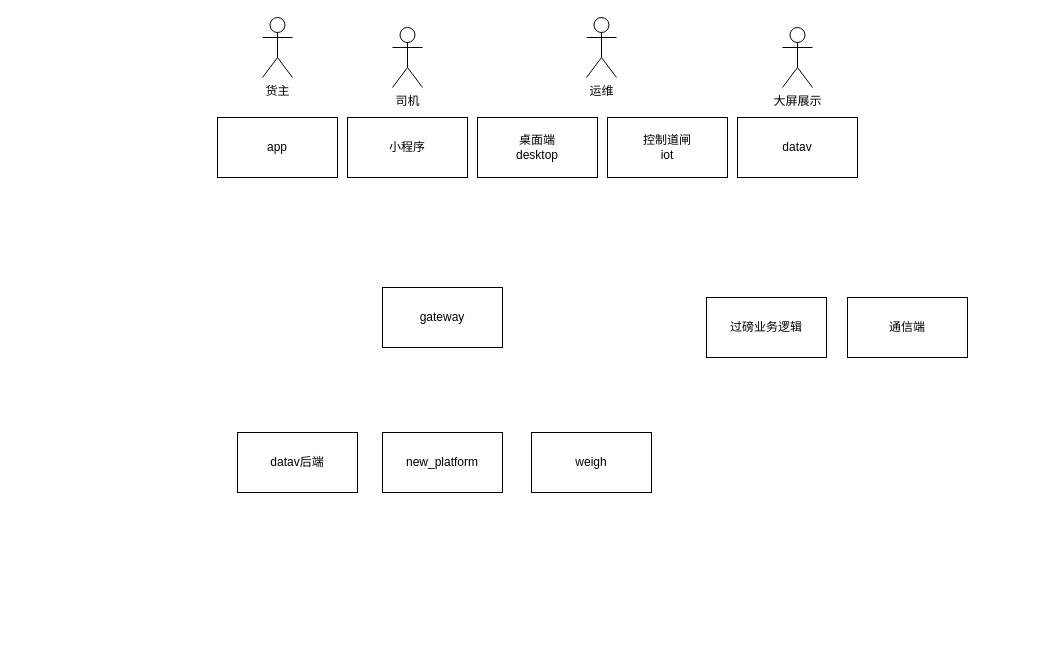
This is 互链站台网络拓扑.drawio from lipeng260/drawio, a draw.io file, before an edit. Source tidied: cells renumbered, new cells numbered last; positions are measured from the earlier drawing's top-left corner, leaving out a move shared by most shapes. Both pictures are drawn from the tidied source at 100%, with x=0, y=0 at pixel (217, 17).
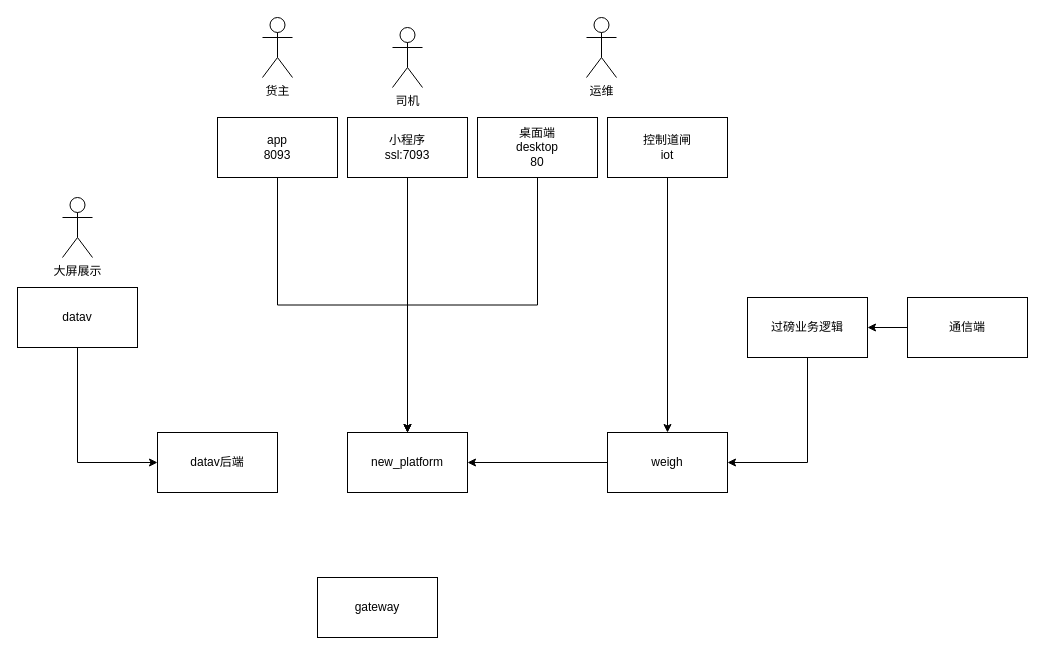
The same diagram, later.

Commit message (it also covers changes not shown here):
Update 互链站台网络拓扑.drawio

Unchanged cells that the change refers to:
```xml
<mxCell id="3" value="控制道闸&lt;br&gt;iot" style="rounded=0;whiteSpace=wrap;html=1;" parent="1" vertex="1">
  <mxGeometry x="390" y="100" width="120" height="60" as="geometry" />
</mxCell>
```

What changed in the source:
```diff
@@
+    <mxCell id="17" style="edgeStyle=orthogonalEdgeStyle;rounded=0;jettySize=auto;html=1;exitX=0.5;exitY=1;exitDx=0;exitDy=0;" parent="1" edge="1" source="2" target="13">
+      <mxGeometry relative="1" as="geometry" />
+    </mxCell>
-    <mxCell id="2" value="桌面端&lt;br&gt;desktop" style="rounded=0;whiteSpace=wrap;html=1;" parent="1" vertex="1">
+    <mxCell id="2" value="桌面端&lt;br&gt;desktop&lt;br&gt;80" style="rounded=0;whiteSpace=wrap;html=1;" parent="1" vertex="1">
       <mxGeometry x="260" y="100" width="120" height="60" as="geometry" />
     </mxCell>
+    <mxCell id="18" style="edgeStyle=orthogonalEdgeStyle;rounded=0;jettySize=auto;html=1;exitX=0.5;exitY=1;exitDx=0;exitDy=0;" parent="1" edge="1" source="3" target="12">
+      <mxGeometry relative="1" as="geometry" />
+    </mxCell>
@@
+    <mxCell id="19" style="edgeStyle=orthogonalEdgeStyle;rounded=0;jettySize=auto;html=1;exitX=0.5;exitY=1;exitDx=0;exitDy=0;entryX=1;entryY=0.5;entryDx=0;entryDy=0;" parent="1" edge="1" source="4" target="12">
+      <mxGeometry relative="1" as="geometry" />
+    </mxCell>
     <mxCell id="4" value="过磅业务逻辑" style="rounded=0;whiteSpace=wrap;html=1;" parent="1" vertex="1">
-      <mxGeometry x="489" y="280" width="120" height="60" as="geometry" />
+      <mxGeometry x="530" y="280" width="120" height="60" as="geometry" />
     </mxCell>
@@
+    <mxCell id="20" style="edgeStyle=orthogonalEdgeStyle;rounded=0;jettySize=auto;html=1;exitX=0.5;exitY=1;exitDx=0;exitDy=0;entryX=0.5;entryY=0;entryDx=0;entryDy=0;" parent="1" edge="1" source="6" target="13">
+      <mxGeometry relative="1" as="geometry" />
+    </mxCell>
-    <mxCell id="6" value="小程序" style="rounded=0;whiteSpace=wrap;html=1;" parent="1" vertex="1">
+    <mxCell id="6" value="小程序&lt;br&gt;ssl:7093" style="rounded=0;whiteSpace=wrap;html=1;" parent="1" vertex="1">
       <mxGeometry x="130" y="100" width="120" height="60" as="geometry" />
     </mxCell>
@@
     <mxCell id="8" value="gateway" style="rounded=0;whiteSpace=wrap;html=1;" parent="1" vertex="1">
-      <mxGeometry x="165" y="270" width="120" height="60" as="geometry" />
+      <mxGeometry x="100" y="560" width="120" height="60" as="geometry" />
     </mxCell>
+    <mxCell id="21" style="edgeStyle=orthogonalEdgeStyle;rounded=0;jettySize=auto;html=1;exitX=0.5;exitY=1;exitDx=0;exitDy=0;entryX=0.5;entryY=0;entryDx=0;entryDy=0;" parent="1" edge="1" source="9" target="13">
+      <mxGeometry relative="1" as="geometry" />
+    </mxCell>
-    <mxCell id="9" value="app" style="rounded=0;whiteSpace=wrap;html=1;" parent="1" vertex="1">
+    <mxCell id="9" value="app&lt;br&gt;8093" style="rounded=0;whiteSpace=wrap;html=1;" parent="1" vertex="1">
       <mxGeometry y="100" width="120" height="60" as="geometry" />
     </mxCell>
@@
+    <mxCell id="22" style="edgeStyle=orthogonalEdgeStyle;rounded=0;jettySize=auto;html=1;exitX=0;exitY=0.5;exitDx=0;exitDy=0;entryX=1;entryY=0.5;entryDx=0;entryDy=0;" parent="1" edge="1" source="11" target="4">
+      <mxGeometry relative="1" as="geometry" />
+    </mxCell>
     <mxCell id="11" value="通信端" style="rounded=0;whiteSpace=wrap;html=1;" parent="1" vertex="1">
-      <mxGeometry x="630" y="280" width="120" height="60" as="geometry" />
+      <mxGeometry x="690" y="280" width="120" height="60" as="geometry" />
     </mxCell>
+    <mxCell id="23" style="edgeStyle=orthogonalEdgeStyle;rounded=0;jettySize=auto;html=1;exitX=0;exitY=0.5;exitDx=0;exitDy=0;entryX=1;entryY=0.5;entryDx=0;entryDy=0;" parent="1" edge="1" source="12" target="13">
+      <mxGeometry relative="1" as="geometry" />
+    </mxCell>
     <mxCell id="12" value="weigh" style="rounded=0;whiteSpace=wrap;html=1;" parent="1" vertex="1">
-      <mxGeometry x="314" y="415" width="120" height="60" as="geometry" />
+      <mxGeometry x="390" y="415" width="120" height="60" as="geometry" />
     </mxCell>
     <mxCell id="13" value="new_platform" style="rounded=0;whiteSpace=wrap;html=1;" parent="1" vertex="1">
-      <mxGeometry x="165" y="415" width="120" height="60" as="geometry" />
+      <mxGeometry x="130" y="415" width="120" height="60" as="geometry" />
     </mxCell>
     <mxCell id="14" value="大屏展示" style="shape=umlActor;verticalLabelPosition=bottom;verticalAlign=top;html=1;" parent="1" vertex="1">
-      <mxGeometry x="565" y="10" width="30" height="60" as="geometry" />
+      <mxGeometry x="-155" y="180" width="30" height="60" as="geometry" />
     </mxCell>
+    <mxCell id="24" style="edgeStyle=orthogonalEdgeStyle;rounded=0;jettySize=auto;html=1;exitX=0.5;exitY=1;exitDx=0;exitDy=0;entryX=0;entryY=0.5;entryDx=0;entryDy=0;" parent="1" edge="1" source="15" target="16">
+      <mxGeometry relative="1" as="geometry" />
+    </mxCell>
     <mxCell id="15" value="datav" style="rounded=0;whiteSpace=wrap;html=1;" parent="1" vertex="1">
-      <mxGeometry x="520" y="100" width="120" height="60" as="geometry" />
+      <mxGeometry x="-200" y="270" width="120" height="60" as="geometry" />
     </mxCell>
     <mxCell id="16" value="datav后端" style="rounded=0;whiteSpace=wrap;html=1;" parent="1" vertex="1">
-      <mxGeometry x="20" y="415" width="120" height="60" as="geometry" />
+      <mxGeometry x="-60" y="415" width="120" height="60" as="geometry" />
     </mxCell>
```
